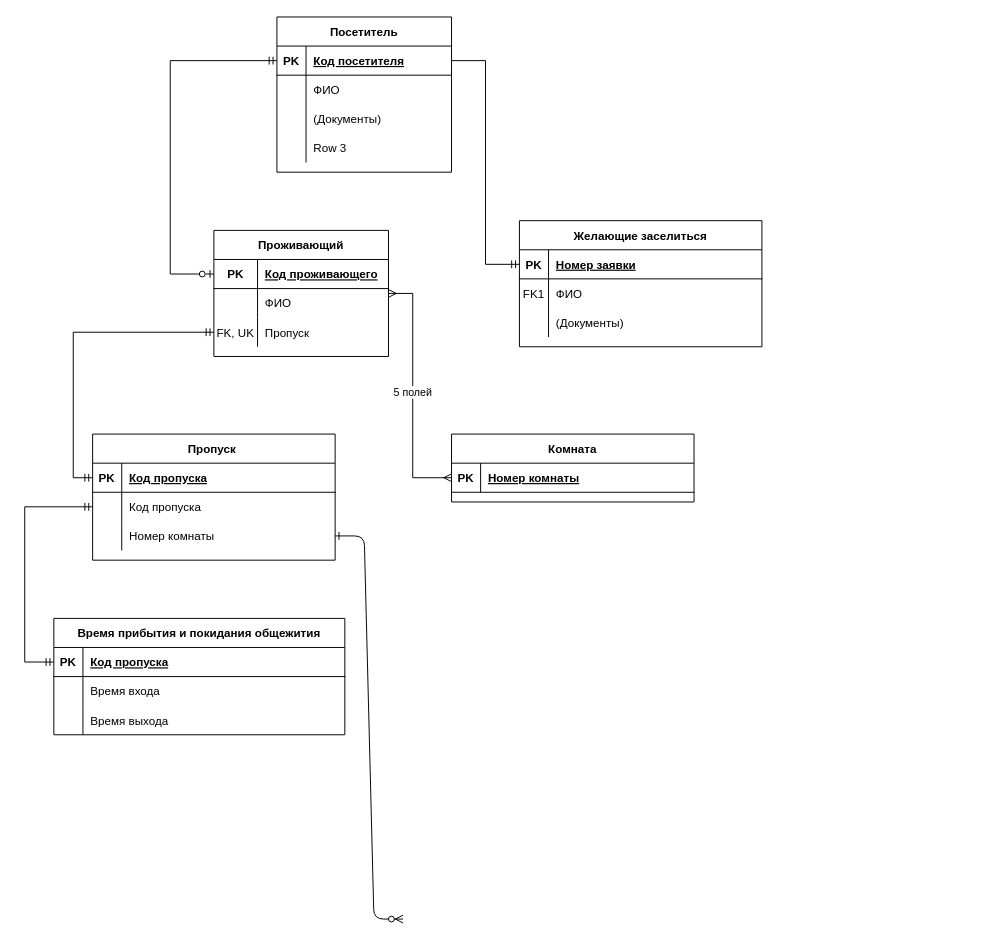
jsfrau/Zamay keeps this draw.io diagram as Diagrams/KPP ER.drawio. Above is the earlier version. Source tidied: cells renumbered, new cells numbered last; positions are measured from the earlier drawing's top-left corner, leaving out a move shared by most shapes. Both pictures are drawn from the tidied source at 97%, with x=0, y=0 at pixel (24, 16).
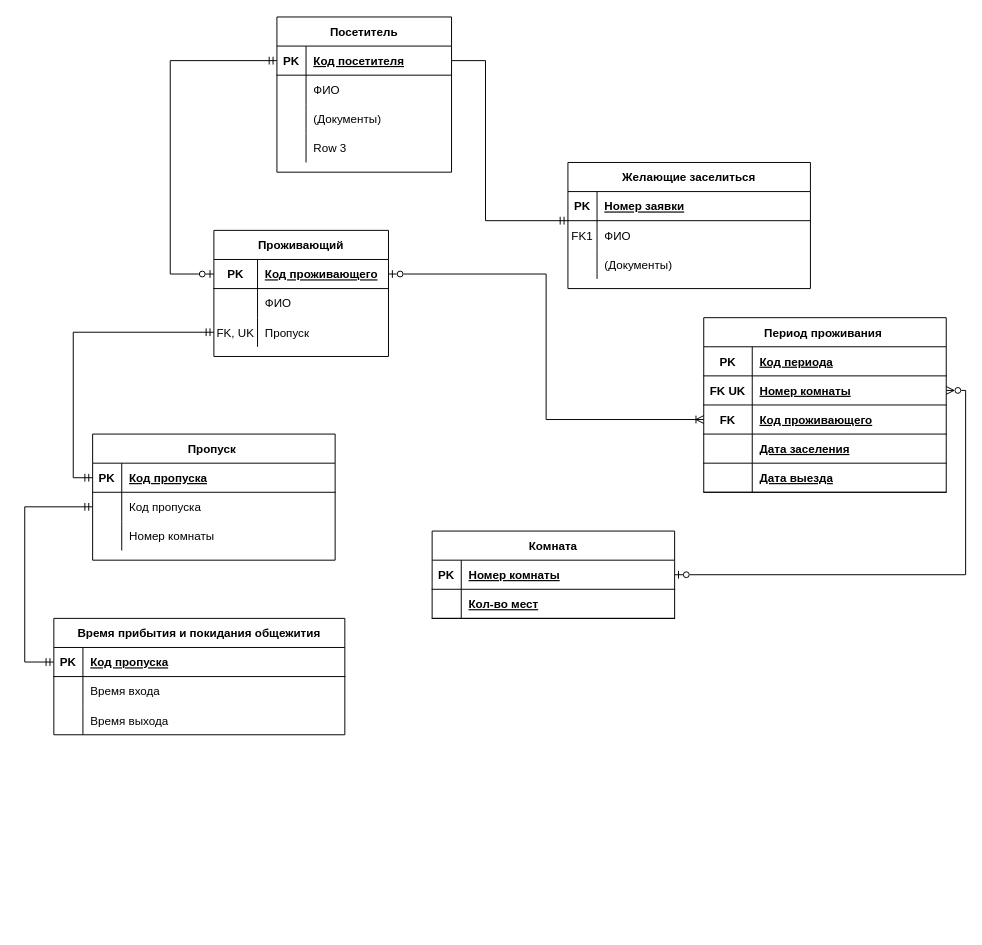
Above is the later version.

The change refers to these unchanged cells:
```xml
<mxCell id="4" style="shape=partialRectangle;fillColor=none;points=[[0,0.5],[1,0.5]];portConstraint=eastwest;top=0;left=0;right=0;bottom=1;" parent="3" vertex="1">
  <mxGeometry y="30" width="250" height="30" as="geometry" />
</mxCell>
<mxCell id="8" style="shape=partialRectangle;fillColor=none;points=[[0,0.5],[1,0.5]];portConstraint=eastwest;top=0;left=0;right=0;bottom=1;" parent="7" vertex="1">
  <mxGeometry y="30" width="250" height="30" as="geometry" />
</mxCell>
<mxCell id="24" style="shape=partialRectangle;fillColor=none;points=[[0,0.5],[1,0.5]];portConstraint=eastwest;top=0;left=0;right=0;bottom=0;" parent="17" vertex="1">
  <mxGeometry y="90" width="250" height="30" as="geometry" />
</mxCell>
<mxCell id="37" value="Проживающий" style="shape=table;startSize=30;childLayout=tableLayout;rowLines=0;fontStyle=1;align=center;" parent="1" vertex="1">
  <mxGeometry x="195" y="220" width="180" height="130" as="geometry" />
</mxCell>
<mxCell id="38" style="shape=partialRectangle;fillColor=none;top=0;left=0;bottom=1;right=0;points=[[0,0.5],[1,0.5]];portConstraint=eastwest;" parent="37" vertex="1">
  <mxGeometry y="30" width="180" height="30" as="geometry" />
</mxCell>
<mxCell id="51" style="shape=partialRectangle;fillColor=none;top=0;left=0;bottom=1;right=0;points=[[0,0.5],[1,0.5]];portConstraint=eastwest;" parent="50" vertex="1">
  <mxGeometry y="30" width="180" height="30" as="geometry" />
</mxCell>
```

The edit, as a diff of the source:
```diff
@@
-    <mxCell id="2" style="edgeStyle=entityRelationEdgeStyle;endArrow=ERzeroToMany;startArrow=ERone;endFill=1;startFill=0;entryX=0;entryY=0.5;entryDx=0;entryDy=0;" parent="1" edge="1" source="24">
-      <mxGeometry relative="1" as="geometry">
-        <mxPoint x="390" y="930" as="targetPoint" />
-      </mxGeometry>
-    </mxCell>
     <mxCell id="3" value="Комната" style="shape=table;startSize=30;childLayout=tableLayout;rowLines=0;fontStyle=1;align=center;" parent="1" vertex="1">
-      <mxGeometry x="440" y="430" width="250" height="70" as="geometry" />
+      <mxGeometry x="420" y="530" width="250" height="90" as="geometry" />
     </mxCell>
@@
+    <mxCell id="65" style="shape=partialRectangle;fillColor=none;top=0;left=0;right=0;bottom=1;" parent="3" vertex="1">
+      <mxGeometry y="60" width="250" height="30" as="geometry" />
+    </mxCell>
+    <mxCell id="66" style="shape=partialRectangle;overflow=hidden;fillColor=none;top=0;left=0;bottom=0;right=0;fontStyle=1;" parent="65" vertex="1">
+      <mxGeometry width="30" height="30" as="geometry" />
+    </mxCell>
+    <mxCell id="67" value="Кол-во мест" style="shape=partialRectangle;overflow=hidden;fillColor=none;top=0;left=0;bottom=0;right=0;align=left;spacingLeft=6;fontStyle=5;" parent="65" vertex="1">
+      <mxGeometry x="30" width="220" height="30" as="geometry" />
+    </mxCell>
     <mxCell id="7" value="Желающие заселиться" style="shape=table;startSize=30;childLayout=tableLayout;rowLines=0;fontStyle=1;align=center;" parent="1" vertex="1">
-      <mxGeometry x="510" y="210" width="250" height="130" as="geometry" />
+      <mxGeometry x="560" y="150" width="250" height="130" as="geometry" />
     </mxCell>
@@
-    <mxCell id="47" value="5 полей" style="edgeStyle=orthogonalEdgeStyle;rounded=0;jettySize=auto;html=1;startArrow=ERmany;startFill=0;endArrow=ERmany;endFill=0;" parent="1" edge="1" source="4" target="37">
-      <mxGeometry relative="1" as="geometry">
-        <Array as="points">
-          <mxPoint x="400" y="285" />
-        </Array>
-      </mxGeometry>
-    </mxCell>
@@
     <mxCell id="64" style="edgeStyle=orthogonalEdgeStyle;rounded=0;jettySize=auto;html=1;exitX=1;exitY=0.5;exitDx=0;exitDy=0;endArrow=ERmandOne;endFill=0;" parent="1" edge="1" source="51" target="8">
       <mxGeometry relative="1" as="geometry">
         <Array as="points">
           <mxPoint x="475" y="45" />
-          <mxPoint x="475" y="255" />
+          <mxPoint x="475" y="210" />
         </Array>
       </mxGeometry>
     </mxCell>
+    <mxCell id="68" value="Период проживания " style="shape=table;startSize=30;childLayout=tableLayout;rowLines=0;fontStyle=1;align=center;" parent="1" vertex="1">
+      <mxGeometry x="700" y="310" width="250" height="180" as="geometry" />
+    </mxCell>
+    <mxCell id="69" style="shape=partialRectangle;fillColor=none;top=0;left=0;right=0;bottom=1;" parent="68" vertex="1">
+      <mxGeometry y="30" width="250" height="30" as="geometry" />
+    </mxCell>
+    <mxCell id="70" value="PK" style="shape=partialRectangle;overflow=hidden;fillColor=none;top=0;left=0;bottom=0;right=0;fontStyle=1;" parent="69" vertex="1">
+      <mxGeometry width="50" height="30" as="geometry" />
+    </mxCell>
+    <mxCell id="71" value="Код периода" style="shape=partialRectangle;overflow=hidden;fillColor=none;top=0;left=0;bottom=0;right=0;align=left;spacingLeft=6;fontStyle=5;" parent="69" vertex="1">
+      <mxGeometry x="50" width="200" height="30" as="geometry" />
+    </mxCell>
+    <mxCell id="72" style="shape=partialRectangle;fillColor=none;points=[[0,0.5],[1,0.5]];portConstraint=eastwest;top=0;left=0;right=0;bottom=1;" parent="68" vertex="1">
+      <mxGeometry y="60" width="250" height="30" as="geometry" />
+    </mxCell>
+    <mxCell id="73" value="FK UK" style="shape=partialRectangle;overflow=hidden;fillColor=none;top=0;left=0;bottom=0;right=0;fontStyle=1;" parent="72" vertex="1">
+      <mxGeometry width="50" height="30" as="geometry" />
+    </mxCell>
+    <mxCell id="74" value="Номер комнаты" style="shape=partialRectangle;overflow=hidden;fillColor=none;top=0;left=0;bottom=0;right=0;align=left;spacingLeft=6;fontStyle=5;" parent="72" vertex="1">
+      <mxGeometry x="50" width="200" height="30" as="geometry" />
+    </mxCell>
+    <mxCell id="75" style="shape=partialRectangle;fillColor=none;points=[[0,0.5],[1,0.5]];portConstraint=eastwest;top=0;left=0;right=0;bottom=1;" parent="68" vertex="1">
+      <mxGeometry y="90" width="250" height="30" as="geometry" />
+    </mxCell>
+    <mxCell id="76" value="FK" style="shape=partialRectangle;overflow=hidden;fillColor=none;top=0;left=0;bottom=0;right=0;fontStyle=1;" parent="75" vertex="1">
+      <mxGeometry width="50" height="30" as="geometry" />
+    </mxCell>
+    <mxCell id="77" value="Код проживающего" style="shape=partialRectangle;overflow=hidden;fillColor=none;top=0;left=0;bottom=0;right=0;align=left;spacingLeft=6;fontStyle=5;" parent="75" vertex="1">
+      <mxGeometry x="50" width="200" height="30" as="geometry" />
+    </mxCell>
+    <mxCell id="78" style="shape=partialRectangle;fillColor=none;top=0;left=0;right=0;bottom=1;" parent="68" vertex="1">
+      <mxGeometry y="120" width="250" height="30" as="geometry" />
+    </mxCell>
+    <mxCell id="79" style="shape=partialRectangle;overflow=hidden;fillColor=none;top=0;left=0;bottom=0;right=0;fontStyle=1;" parent="78" vertex="1">
+      <mxGeometry width="50" height="30" as="geometry" />
+    </mxCell>
+    <mxCell id="80" value="Дата заселения" style="shape=partialRectangle;overflow=hidden;fillColor=none;top=0;left=0;bottom=0;right=0;align=left;spacingLeft=6;fontStyle=5;" parent="78" vertex="1">
+      <mxGeometry x="50" width="200" height="30" as="geometry" />
+    </mxCell>
+    <mxCell id="81" style="shape=partialRectangle;fillColor=none;top=0;left=0;right=0;bottom=1;" parent="68" vertex="1">
+      <mxGeometry y="150" width="250" height="30" as="geometry" />
+    </mxCell>
+    <mxCell id="82" style="shape=partialRectangle;overflow=hidden;fillColor=none;top=0;left=0;bottom=0;right=0;fontStyle=1;" parent="81" vertex="1">
+      <mxGeometry width="50" height="30" as="geometry" />
+    </mxCell>
+    <mxCell id="83" value="Дата выезда" style="shape=partialRectangle;overflow=hidden;fillColor=none;top=0;left=0;bottom=0;right=0;align=left;spacingLeft=6;fontStyle=5;" parent="81" vertex="1">
+      <mxGeometry x="50" width="200" height="30" as="geometry" />
+    </mxCell>
+    <mxCell id="84" style="edgeStyle=orthogonalEdgeStyle;rounded=0;jettySize=auto;html=1;startArrow=ERzeroToOne;startFill=0;endArrow=ERoneToMany;endFill=0;" parent="1" edge="1" source="38" target="75">
+      <mxGeometry relative="1" as="geometry" />
+    </mxCell>
+    <mxCell id="85" style="edgeStyle=orthogonalEdgeStyle;rounded=0;jettySize=auto;html=1;startArrow=ERzeroToOne;startFill=0;endArrow=ERzeroToMany;endFill=0;entryX=1;entryY=0.5;entryDx=0;entryDy=0;" parent="1" edge="1" source="4" target="72">
+      <mxGeometry relative="1" as="geometry" />
+    </mxCell>
```
